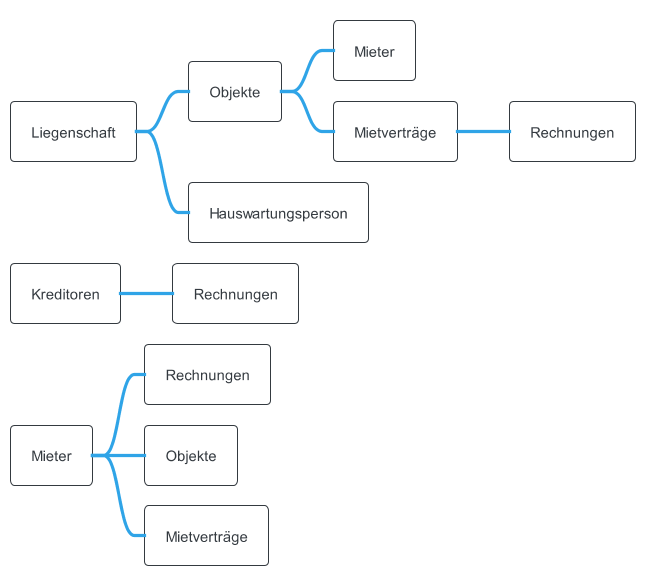
Earlier version of the PlantUML export docs/content/diagrams/out/guiMap/GuiMindMAp.png (sirtheta/ImmoGlobal_Semesterarbeit).
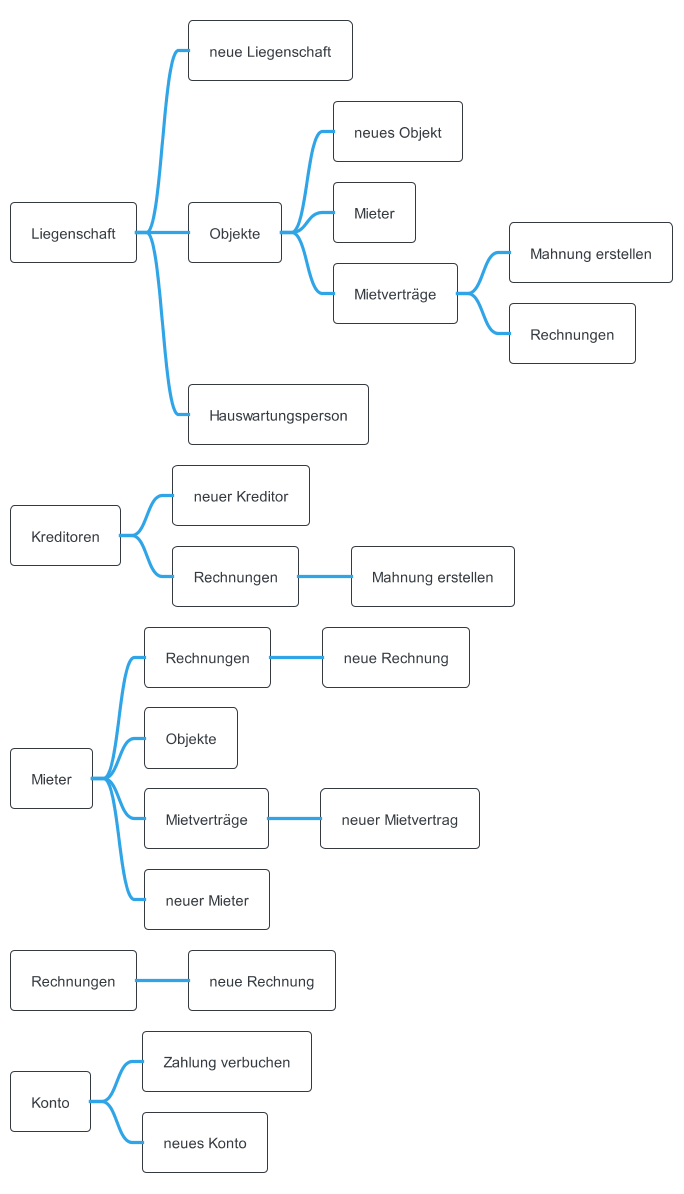
Above is the later version.

Change to the diagram source:
```diff
@@ -1,17 +1,31 @@
-@startmindmap GuiMindMAp
+@startmindmap GuiMindMap
 !theme cerulean-outline
 * Liegenschaft
+** neue Liegenschaft
 ** Objekte
+*** neues Objekt
 *** Mieter
 *** Mietverträge
+**** Mahnung erstellen
 **** Rechnungen
 ** Hauswartungsperson
 
 * Kreditoren
+** neuer Kreditor
 ** Rechnungen
+*** Mahnung erstellen
 
 * Mieter
 ** Rechnungen
+*** neue Rechnung
 ** Objekte
 ** Mietverträge
+*** neuer Mietvertrag
+** neuer Mieter
+
+* Rechnungen
+** neue Rechnung
+* Konto
+** Zahlung verbuchen
+** neues Konto
 @endmindmap
```
